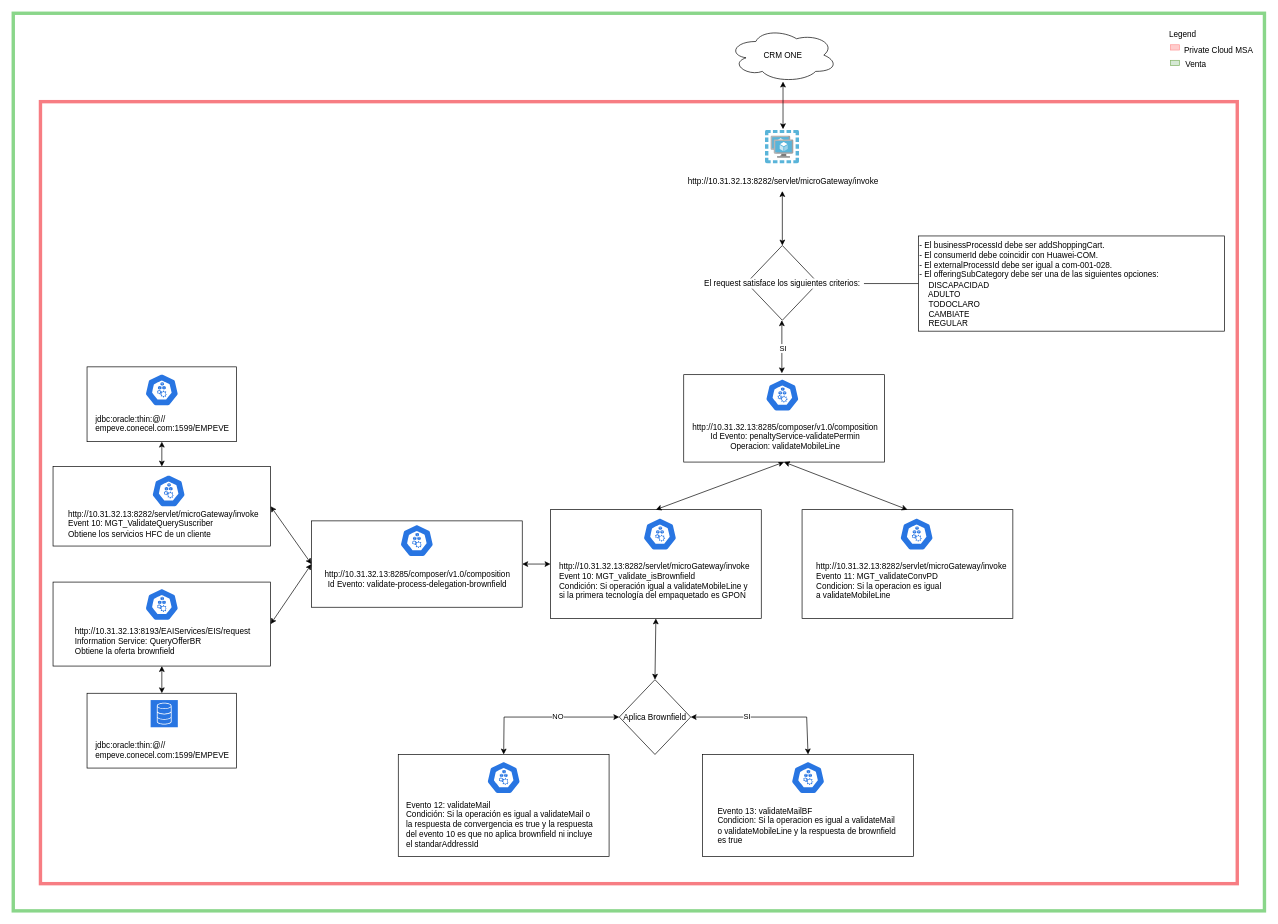
Above: page "DS2 - penaltyService-validatePermin - addShoppingCart" (3 of 5) of brownfield.drawio in efrxngg/claro-configs (draw.io), before the change. Source tidied: cells renumbered, new cells numbered last; positions are measured from the earlier drawing's top-left corner, leaving out a move shared by most shapes. Both pictures are drawn from the tidied source at 68%, with x=0, y=0 at pixel (13, 13).
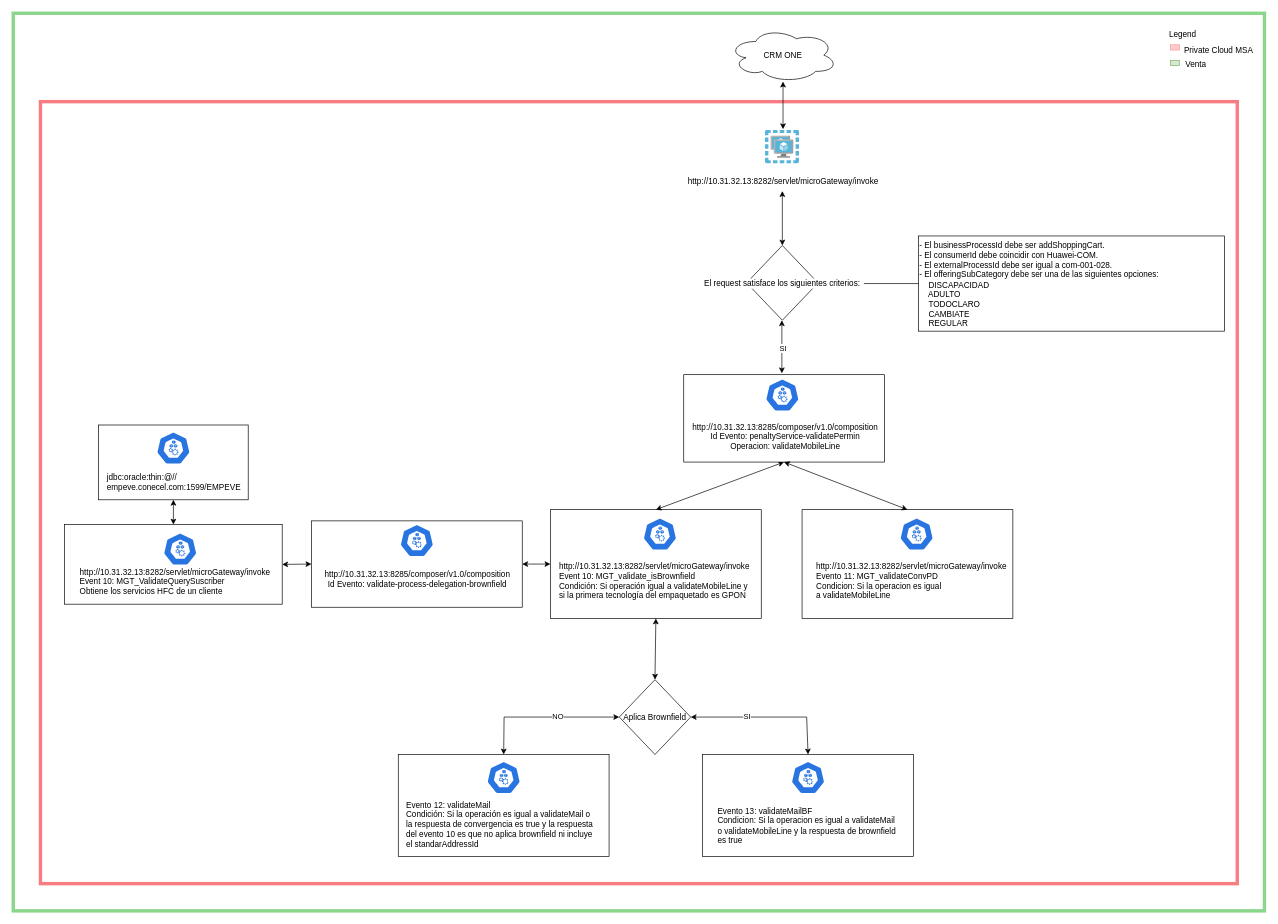
Above is the later version.

Unchanged cells that the change refers to:
```xml
<mxCell id="7" style="whiteSpace=wrap;html=1;" parent="1" vertex="1">
  <mxGeometry x="438.5" y="746.5" width="310" height="127" as="geometry" />
</mxCell>
```

The edit, as a diff of the source:
```diff
@@
-    <mxCell id="5" style="whiteSpace=wrap;html=1;" parent="1" vertex="1">
-      <mxGeometry x="108.5" y="1000" width="220" height="110" as="geometry" />
-    </mxCell>
@@
-    <mxCell id="8" style="whiteSpace=wrap;html=1;" parent="1" vertex="1">
-      <mxGeometry x="58.5" y="836.5" width="320" height="123.5" as="geometry" />
-    </mxCell>
     <mxCell id="9" style="whiteSpace=wrap;html=1;" parent="1" vertex="1">
-      <mxGeometry x="58.5" y="666.5" width="320" height="117" as="geometry" />
+      <mxGeometry x="75.5" y="752" width="320" height="117" as="geometry" />
     </mxCell>
@@
     <mxCell id="32" style="sketch=0;html=1;dashed=0;whitespace=wrap;fillColor=#2875E2;strokeColor=#ffffff;shape=mxgraph.kubernetes.icon2;prIcon=node;" parent="1" vertex="1">
-      <mxGeometry x="203.5" y="678.5" width="50" height="48" as="geometry" />
+      <mxGeometry x="220.5" y="764" width="50" height="48" as="geometry" />
     </mxCell>
     <mxCell id="33" value="http://10.31.32.13:8282/servlet/microGateway/invoke&lt;br&gt;Event 10:&amp;nbsp;MGT_ValidateQuerySuscriber&lt;br&gt;Obtiene los servicios HFC de un cliente" style="text;html=1;align=left;verticalAlign=middle;strokeColor=none;fillColor=none;" parent="1" vertex="1">
-      <mxGeometry x="78.5" y="720.5" width="300" height="60" as="geometry" />
+      <mxGeometry x="95.5" y="806" width="300" height="60" as="geometry" />
     </mxCell>
-    <mxCell id="34" style="sketch=0;html=1;dashed=0;whitespace=wrap;fillColor=#2875E2;strokeColor=#ffffff;shape=mxgraph.kubernetes.icon2;prIcon=node;" parent="1" vertex="1">
-      <mxGeometry x="193.5" y="845.5" width="50" height="48" as="geometry" />
-    </mxCell>
-    <mxCell id="35" value="http://10.31.32.13:8193/EAIServices/EIS/request&lt;br&gt;Information Service:&amp;nbsp;QueryOfferBR&lt;br&gt;Obtiene la oferta brownfield" style="text;html=1;align=left;verticalAlign=middle;strokeColor=none;fillColor=none;" parent="1" vertex="1">
-      <mxGeometry x="88.5" y="893.5" width="280" height="60" as="geometry" />
-    </mxCell>
@@
-    <mxCell id="37" style="endArrow=classic;startArrow=classic;html=1;rounded=0;exitX=1;exitY=0.5;exitDx=0;exitDy=0;entryX=0;entryY=0.5;entryDx=0;entryDy=0;" parent="1" edge="1" source="8" target="7">
-      <mxGeometry relative="1" as="geometry" />
-    </mxCell>
@@
-    <mxCell id="39" style="sketch=0;fontColor=#232F3E;fillColor=#2875e2;strokeColor=#ffffff;dashed=0;verticalLabelPosition=bottom;verticalAlign=top;align=center;html=1;fontSize=12;fontStyle=0;shape=mxgraph.aws4.resourceIcon;resIcon=mxgraph.aws4.database;" parent="1" vertex="1">
-      <mxGeometry x="202" y="1010" width="40" height="40" as="geometry" />
-    </mxCell>
-    <mxCell id="40" value="&lt;span style=&quot;border-color: var(--border-color); color: rgb(0, 0, 0); font-family: Helvetica; font-size: 12px; font-style: normal; font-variant-ligatures: normal; font-variant-caps: normal; font-weight: 400; letter-spacing: normal; orphans: 2; text-align: left; text-indent: 0px; text-transform: none; widows: 2; word-spacing: 0px; -webkit-text-stroke-width: 0px; text-decoration-thickness: initial; text-decoration-style: initial; text-decoration-color: initial; background-color: rgb(255, 255, 255); float: none; display: inline !important;&quot;&gt;jdbc:oracle:thin:@//&lt;/span&gt;&lt;br style=&quot;border-color: var(--border-color); color: rgb(0, 0, 0); font-family: Helvetica; font-size: 12px; font-style: normal; font-variant-ligatures: normal; font-variant-caps: normal; font-weight: 400; letter-spacing: normal; orphans: 2; text-align: left; text-indent: 0px; text-transform: none; widows: 2; word-spacing: 0px; -webkit-text-stroke-width: 0px; text-decoration-thickness: initial; text-decoration-style: initial; text-decoration-color: initial; background-color: rgb(255, 255, 255); padding: 0px; margin: 0px;&quot;&gt;&lt;span style=&quot;border-color: var(--border-color); color: rgb(0, 0, 0); font-family: Helvetica; font-size: 12px; font-style: normal; font-variant-ligatures: normal; font-variant-caps: normal; font-weight: 400; letter-spacing: normal; orphans: 2; text-align: left; text-indent: 0px; text-transform: none; widows: 2; word-spacing: 0px; -webkit-text-stroke-width: 0px; text-decoration-thickness: initial; text-decoration-style: initial; text-decoration-color: initial; background-color: rgb(255, 255, 255);&quot;&gt;empeve.conecel.com:1599/&lt;span style=&quot;border-color: var(--border-color); background-color: initial;&quot;&gt;EMPEVE&lt;/span&gt;&lt;/span&gt;" style="text;whiteSpace=wrap;html=1;" parent="1" vertex="1">
-      <mxGeometry x="118.5" y="1063" width="230" height="50" as="geometry" />
-    </mxCell>
-    <mxCell id="41" style="endArrow=classic;startArrow=classic;html=1;rounded=0;entryX=0.5;entryY=1;entryDx=0;entryDy=0;exitX=0.5;exitY=0;exitDx=0;exitDy=0;" parent="1" edge="1" source="5" target="8">
-      <mxGeometry relative="1" as="geometry" />
-    </mxCell>
     <mxCell id="42" style="whiteSpace=wrap;html=1;" parent="1" vertex="1">
-      <mxGeometry x="108.5" y="520" width="220" height="110" as="geometry" />
+      <mxGeometry x="125.5" y="605.5" width="220" height="110" as="geometry" />
     </mxCell>
     <mxCell id="43" value="&lt;span style=&quot;border-color: var(--border-color); color: rgb(0, 0, 0); font-family: Helvetica; font-size: 12px; font-style: normal; font-variant-ligatures: normal; font-variant-caps: normal; font-weight: 400; letter-spacing: normal; orphans: 2; text-align: left; text-indent: 0px; text-transform: none; widows: 2; word-spacing: 0px; -webkit-text-stroke-width: 0px; text-decoration-thickness: initial; text-decoration-style: initial; text-decoration-color: initial; background-color: rgb(255, 255, 255); float: none; display: inline !important;&quot;&gt;jdbc:oracle:thin:@//&lt;/span&gt;&lt;br style=&quot;border-color: var(--border-color); color: rgb(0, 0, 0); font-family: Helvetica; font-size: 12px; font-style: normal; font-variant-ligatures: normal; font-variant-caps: normal; font-weight: 400; letter-spacing: normal; orphans: 2; text-align: left; text-indent: 0px; text-transform: none; widows: 2; word-spacing: 0px; -webkit-text-stroke-width: 0px; text-decoration-thickness: initial; text-decoration-style: initial; text-decoration-color: initial; background-color: rgb(255, 255, 255); padding: 0px; margin: 0px;&quot;&gt;&lt;span style=&quot;border-color: var(--border-color); color: rgb(0, 0, 0); font-family: Helvetica; font-size: 12px; font-style: normal; font-variant-ligatures: normal; font-variant-caps: normal; font-weight: 400; letter-spacing: normal; orphans: 2; text-align: left; text-indent: 0px; text-transform: none; widows: 2; word-spacing: 0px; -webkit-text-stroke-width: 0px; text-decoration-thickness: initial; text-decoration-style: initial; text-decoration-color: initial; background-color: rgb(255, 255, 255);&quot;&gt;empeve.conecel.com:1599/&lt;span style=&quot;border-color: var(--border-color); background-color: initial;&quot;&gt;EMPEVE&lt;/span&gt;&lt;/span&gt;" style="text;whiteSpace=wrap;html=1;" parent="1" vertex="1">
-      <mxGeometry x="118.5" y="583" width="230" height="40" as="geometry" />
+      <mxGeometry x="135.5" y="668.5" width="230" height="40" as="geometry" />
     </mxCell>
@@
     <mxCell id="45" style="sketch=0;html=1;dashed=0;whitespace=wrap;fillColor=#2875E2;strokeColor=#ffffff;shape=mxgraph.kubernetes.icon2;prIcon=node;" parent="1" vertex="1">
-      <mxGeometry x="193.5" y="530" width="50" height="48" as="geometry" />
+      <mxGeometry x="210.5" y="615.5" width="50" height="48" as="geometry" />
     </mxCell>
```
